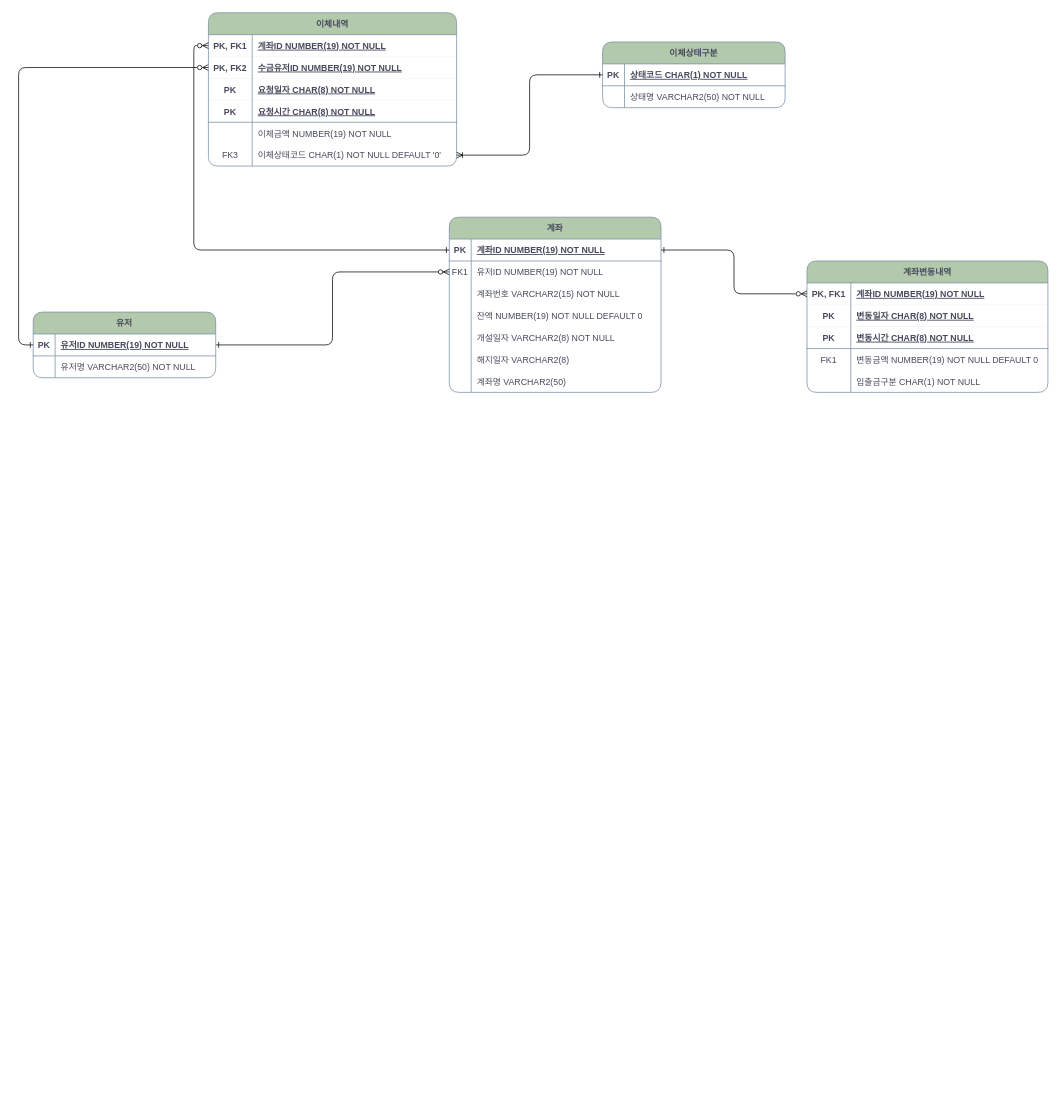
Earlier version of the draw.io diagram 제목 없는 다이어그램.drawio (GangBean/HelloWorld). Source tidied: cells renumbered, new cells numbered last; positions are measured from the earlier drawing's top-left corner, leaving out a move shared by most shapes. Both pictures are drawn from the tidied source at 73%, with x=0, y=0 at pixel (33, 12).
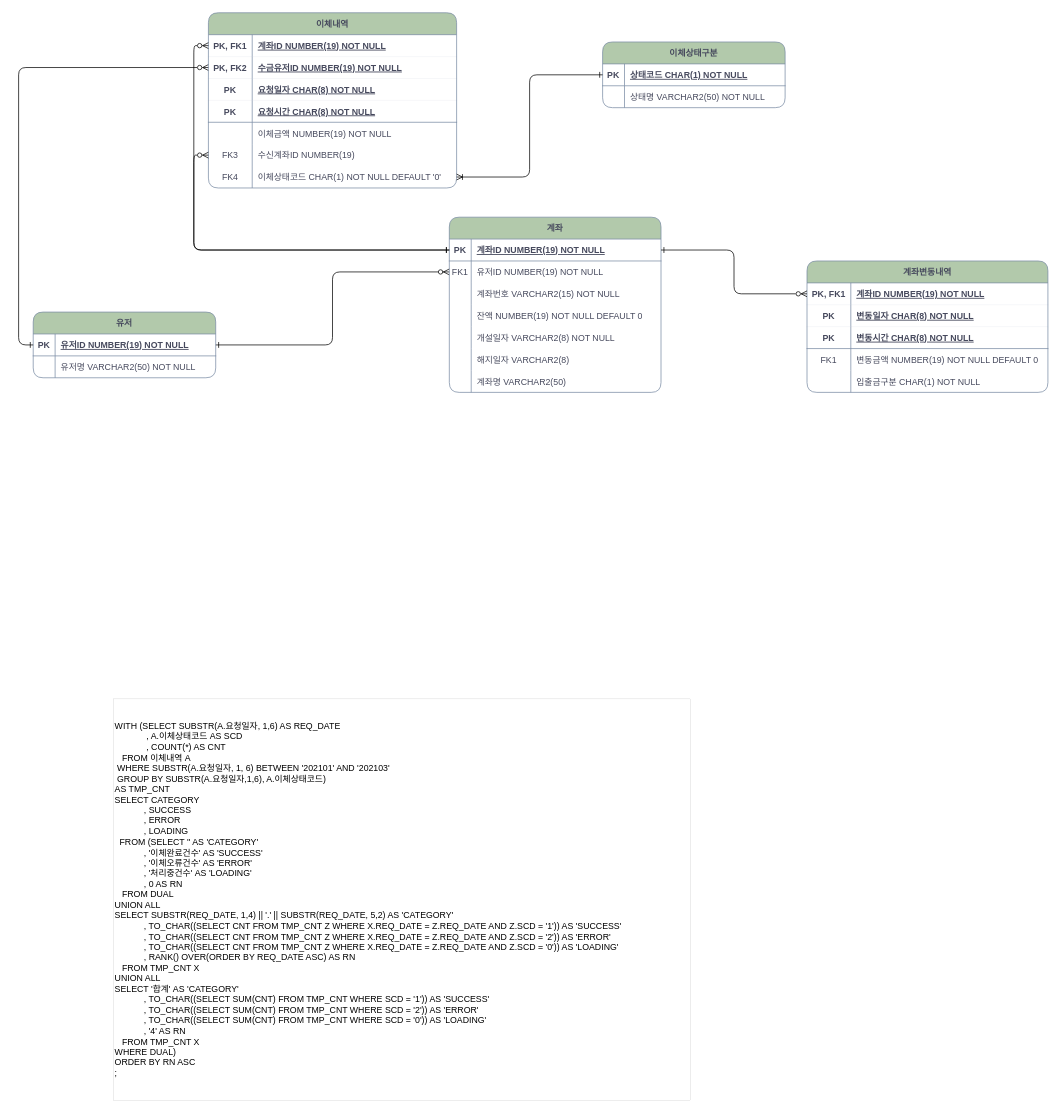
After the change.

Commit message:
제목 없는 다이어그램.drawio 업데이트

The change refers to these unchanged cells:
```xml
<mxCell id="5" style="shape=partialRectangle;fillColor=none;points=[[0,0.5],[1,0.5]];portConstraint=eastwest;top=0;left=0;right=0;bottom=1;strokeColor=#788AA3;fontColor=#46495D;rounded=1;" parent="4" vertex="1">
  <mxGeometry y="30" width="290" height="30" as="geometry" />
</mxCell>
```

Diff of the diagram source:
```diff
@@
     <mxCell id="34" value="이체내역" style="shape=table;startSize=30;childLayout=tableLayout;rowLines=0;fontStyle=1;align=center;fillColor=#B2C9AB;strokeColor=#788AA3;fontColor=#46495D;rounded=1;" parent="1" vertex="1">
-      <mxGeometry x="240" width="340" height="210" as="geometry" />
+      <mxGeometry x="240" width="340" height="240" as="geometry" />
     </mxCell>
@@
+    <mxCell id="81" style="shape=partialRectangle;fillColor=none;points=[[0,0.5],[1,0.5]];portConstraint=eastwest;top=0;left=0;right=0;bottom=0;strokeColor=#788AA3;fontColor=#46495D;rounded=1;" parent="34" vertex="1">
+      <mxGeometry y="180" width="340" height="30" as="geometry" />
+    </mxCell>
+    <mxCell id="82" value="FK3" style="shape=partialRectangle;overflow=hidden;fillColor=none;top=0;left=0;bottom=0;right=0;strokeColor=#788AA3;fontColor=#46495D;rounded=1;" parent="81" vertex="1">
+      <mxGeometry width="60" height="30" as="geometry" />
+    </mxCell>
+    <mxCell id="83" value="수신계좌ID NUMBER(19)" style="shape=partialRectangle;overflow=hidden;fillColor=none;top=0;left=0;bottom=0;right=0;align=left;spacingLeft=6;strokeColor=#788AA3;fontColor=#46495D;rounded=1;" parent="81" vertex="1">
+      <mxGeometry x="60" width="280" height="30" as="geometry" />
+    </mxCell>
     <mxCell id="50" style="shape=partialRectangle;fillColor=none;points=[[0,0.5],[1,0.5]];portConstraint=eastwest;top=0;left=0;right=0;bottom=0;strokeColor=#788AA3;fontColor=#46495D;rounded=1;" parent="34" vertex="1">
-      <mxGeometry y="180" width="340" height="30" as="geometry" />
+      <mxGeometry y="210" width="340" height="30" as="geometry" />
     </mxCell>
-    <mxCell id="51" value="FK3" style="shape=partialRectangle;overflow=hidden;fillColor=none;top=0;left=0;bottom=0;right=0;strokeColor=#788AA3;fontColor=#46495D;rounded=1;" parent="50" vertex="1">
+    <mxCell id="51" value="FK4" style="shape=partialRectangle;overflow=hidden;fillColor=none;top=0;left=0;bottom=0;right=0;strokeColor=#788AA3;fontColor=#46495D;rounded=1;" parent="50" vertex="1">
       <mxGeometry width="60" height="30" as="geometry" />
     </mxCell>
@@
+    <mxCell id="84" style="edgeStyle=orthogonalEdgeStyle;rounded=1;jettySize=auto;html=1;exitX=0;exitY=0.5;exitDx=0;exitDy=0;entryX=0;entryY=0.5;entryDx=0;entryDy=0;strokeColor=#000000;fontSize=12;startArrow=ERone;startFill=0;endArrow=ERzeroToMany;endFill=0;" parent="1" edge="1" source="5" target="81">
+      <mxGeometry relative="1" as="geometry" />
+    </mxCell>
+    <mxCell id="85" value="WITH (SELECT SUBSTR(A.요청일자, 1,6) AS REQ_DATE&lt;br&gt;&amp;nbsp; &amp;nbsp; &amp;nbsp; &amp;nbsp; &amp;nbsp; &amp;nbsp; &amp;nbsp;, A.이체상태코드 AS SCD&lt;br&gt;&amp;nbsp; &amp;nbsp; &amp;nbsp; &amp;nbsp; &amp;nbsp; &amp;nbsp; &amp;nbsp;, COUNT(*) AS CNT&lt;br&gt;&lt;div style=&quot;&quot;&gt;&lt;span style=&quot;background-color: initial;&quot;&gt;&amp;nbsp; &amp;nbsp;FROM 이체내역 A&lt;/span&gt;&lt;/div&gt;&lt;div style=&quot;&quot;&gt;&lt;span style=&quot;background-color: initial;&quot;&gt;&amp;nbsp;WHERE SUBSTR(A.요청일자, 1, 6) BETWEEN '202101' AND '202103'&lt;/span&gt;&lt;/div&gt;&lt;div style=&quot;&quot;&gt;&lt;span style=&quot;background-color: initial;&quot;&gt;&amp;nbsp;GROUP BY SUBSTR(A.요청일자,1,6), A.이체상태코드)&lt;/span&gt;&lt;/div&gt;&lt;div style=&quot;&quot;&gt;&lt;span style=&quot;background-color: initial;&quot;&gt;AS TMP_CNT&lt;/span&gt;&lt;/div&gt;&lt;div style=&quot;&quot;&gt;&lt;span style=&quot;background-color: initial;&quot;&gt;SELECT CATEGORY&lt;/span&gt;&lt;/div&gt;&lt;div style=&quot;&quot;&gt;&lt;span style=&quot;background-color: initial;&quot;&gt;&amp;nbsp; &amp;nbsp; &amp;nbsp; &amp;nbsp; &amp;nbsp; &amp;nbsp; , SUCCESS&lt;/span&gt;&lt;/div&gt;&lt;div style=&quot;&quot;&gt;&lt;span style=&quot;background-color: initial;&quot;&gt;&amp;nbsp; &amp;nbsp; &amp;nbsp; &amp;nbsp; &amp;nbsp; &amp;nbsp; , ERROR&lt;/span&gt;&lt;/div&gt;&lt;div style=&quot;&quot;&gt;&lt;span style=&quot;background-color: initial;&quot;&gt;&amp;nbsp; &amp;nbsp; &amp;nbsp; &amp;nbsp; &amp;nbsp; &amp;nbsp; , LOADING&amp;nbsp;&lt;/span&gt;&lt;/div&gt;&lt;div style=&quot;&quot;&gt;&lt;span style=&quot;background-color: initial;&quot;&gt;&amp;nbsp; FROM (SELECT '' AS 'CATEGORY'&lt;/span&gt;&lt;/div&gt;&lt;div style=&quot;&quot;&gt;&lt;span style=&quot;background-color: initial;&quot;&gt;&amp;nbsp; &amp;nbsp; &amp;nbsp; &amp;nbsp; &amp;nbsp; &amp;nbsp; , '이체완료건수' AS 'SUCCESS'&lt;/span&gt;&lt;/div&gt;&lt;div style=&quot;&quot;&gt;&lt;span style=&quot;background-color: initial;&quot;&gt;&amp;nbsp; &amp;nbsp; &amp;nbsp; &amp;nbsp; &amp;nbsp; &amp;nbsp; , '이체오류건수' AS 'ERROR'&lt;/span&gt;&lt;/div&gt;&lt;div style=&quot;&quot;&gt;&lt;span style=&quot;background-color: initial;&quot;&gt;&amp;nbsp; &amp;nbsp; &amp;nbsp; &amp;nbsp; &amp;nbsp; &amp;nbsp; , '처리중건수' AS 'LOADING'&lt;/span&gt;&lt;/div&gt;&lt;div style=&quot;&quot;&gt;&lt;span style=&quot;background-color: initial;&quot;&gt;&amp;nbsp; &amp;nbsp; &amp;nbsp; &amp;nbsp; &amp;nbsp; &amp;nbsp; , 0 AS RN&lt;/span&gt;&lt;/div&gt;&lt;div style=&quot;&quot;&gt;&amp;nbsp; &amp;nbsp;FROM DUAL&lt;/div&gt;&lt;div style=&quot;&quot;&gt;UNION ALL&lt;/div&gt;&lt;div style=&quot;&quot;&gt;&lt;span style=&quot;background-color: initial;&quot;&gt;SELECT SUBSTR(REQ_DATE, 1,4) || '.' || SUBSTR(REQ_DATE, 5,2) AS 'CATEGORY'&lt;/span&gt;&lt;/div&gt;&lt;div style=&quot;&quot;&gt;&lt;span style=&quot;background-color: initial;&quot;&gt;&amp;nbsp; &amp;nbsp; &amp;nbsp; &amp;nbsp; &amp;nbsp; &amp;nbsp; , TO_CHAR((SELECT CNT FROM TMP_CNT Z WHERE X.REQ_DATE = Z.REQ_DATE AND Z.SCD = '1')) AS 'SUCCESS'&lt;/span&gt;&lt;/div&gt;&lt;div style=&quot;&quot;&gt;&amp;nbsp; &amp;nbsp; &amp;nbsp; &amp;nbsp; &amp;nbsp; &amp;nbsp; , TO_CHAR((SELECT CNT FROM TMP_CNT Z WHERE X.REQ_DATE = Z.REQ_DATE AND Z.SCD = '2')) AS 'ERROR'&lt;span style=&quot;background-color: initial;&quot;&gt;&lt;br&gt;&lt;/span&gt;&lt;/div&gt;&lt;div style=&quot;&quot;&gt;&amp;nbsp; &amp;nbsp; &amp;nbsp; &amp;nbsp; &amp;nbsp; &amp;nbsp; , TO_CHAR((SELECT CNT FROM TMP_CNT Z WHERE X.REQ_DATE = Z.REQ_DATE AND Z.SCD = '0')) AS 'LOADING'&lt;br&gt;&lt;/div&gt;&lt;div style=&quot;&quot;&gt;&amp;nbsp; &amp;nbsp; &amp;nbsp; &amp;nbsp; &amp;nbsp; &amp;nbsp; , RANK() OVER(ORDER BY REQ_DATE ASC) AS RN&lt;/div&gt;&lt;div style=&quot;&quot;&gt;&lt;span style=&quot;background-color: initial;&quot;&gt;&amp;nbsp; &amp;nbsp;FROM TMP_CNT X&lt;/span&gt;&lt;/div&gt;&lt;div style=&quot;&quot;&gt;&lt;span style=&quot;background-color: initial;&quot;&gt;UNION ALL&lt;/span&gt;&lt;br&gt;&lt;/div&gt;&lt;div style=&quot;&quot;&gt;&lt;span style=&quot;background-color: initial;&quot;&gt;SELECT '합계' AS 'CATEGORY'&lt;/span&gt;&lt;/div&gt;&lt;div style=&quot;&quot;&gt;&lt;span style=&quot;background-color: initial;&quot;&gt;&amp;nbsp; &amp;nbsp; &amp;nbsp; &amp;nbsp; &amp;nbsp; &amp;nbsp; , TO_CHAR((SELECT SUM(CNT) FROM TMP_CNT WHERE SCD = '1')) AS 'SUCCESS'&lt;/span&gt;&lt;/div&gt;&lt;div style=&quot;&quot;&gt;&lt;span style=&quot;background-color: initial;&quot;&gt;&amp;nbsp; &amp;nbsp; &amp;nbsp; &amp;nbsp; &amp;nbsp; &amp;nbsp; , TO_CHAR((SELECT SUM(CNT) FROM TMP_CNT WHERE SCD = '2')) AS 'ERROR'&lt;/span&gt;&lt;/div&gt;&lt;div style=&quot;&quot;&gt;&lt;span style=&quot;background-color: initial;&quot;&gt;&amp;nbsp; &amp;nbsp; &amp;nbsp; &amp;nbsp; &amp;nbsp; &amp;nbsp; , TO_CHAR((SELECT SUM(CNT) FROM TMP_CNT WHERE SCD = '0')) AS 'LOADING'&lt;/span&gt;&lt;/div&gt;&lt;div style=&quot;&quot;&gt;&lt;span style=&quot;background-color: initial;&quot;&gt;&amp;nbsp; &amp;nbsp; &amp;nbsp; &amp;nbsp; &amp;nbsp; &amp;nbsp; , '4' AS RN&lt;/span&gt;&lt;/div&gt;&lt;div style=&quot;&quot;&gt;&lt;span style=&quot;background-color: initial;&quot;&gt;&amp;nbsp; &amp;nbsp;FROM TMP_CNT X&lt;/span&gt;&lt;/div&gt;&lt;div style=&quot;&quot;&gt;WHERE DUAL)&amp;nbsp;&lt;/div&gt;&lt;div style=&quot;&quot;&gt;ORDER BY RN ASC&lt;/div&gt;&lt;div style=&quot;&quot;&gt;;&lt;/div&gt;" style="whiteSpace=wrap;html=1;strokeWidth=0;align=left;" parent="1" vertex="1">
+      <mxGeometry x="110" y="940" width="790" height="550" as="geometry" />
+    </mxCell>
```
